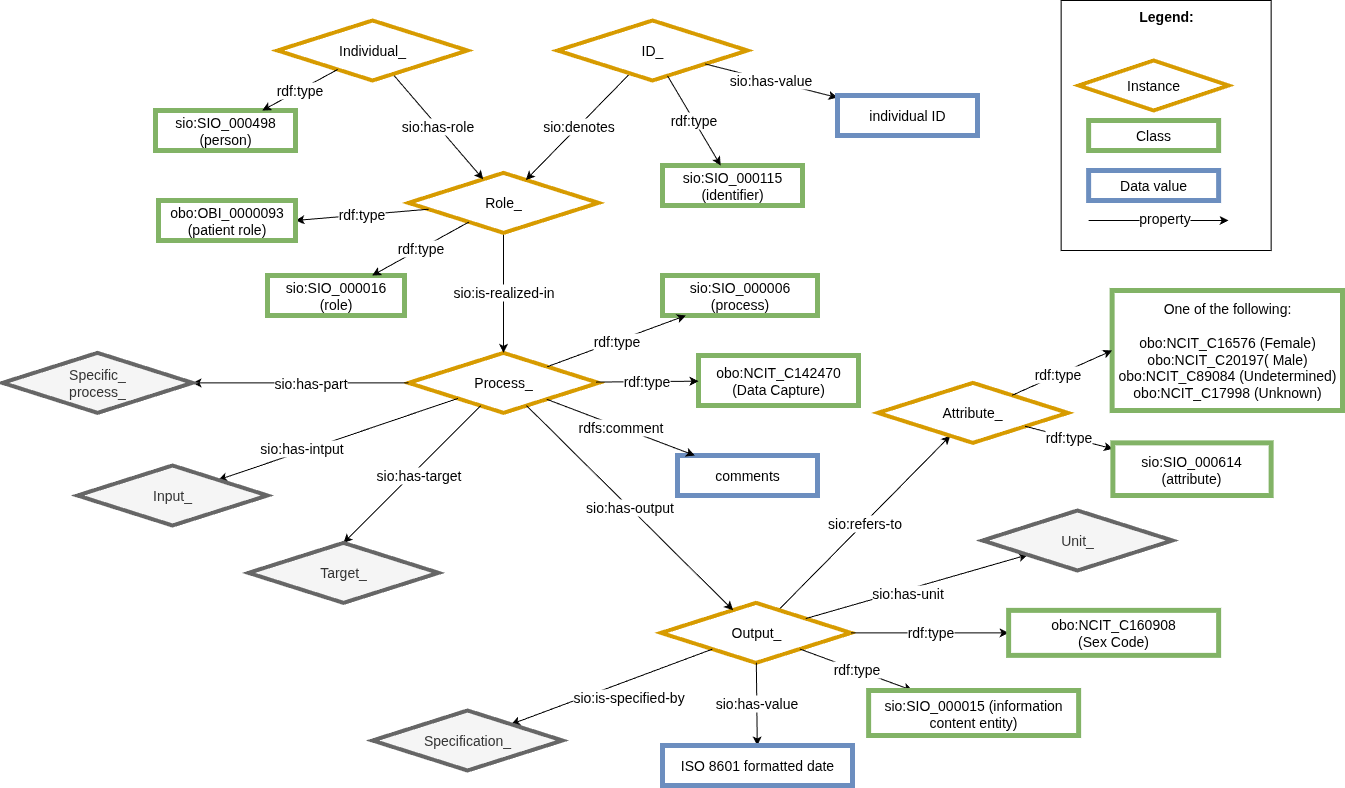
This is images/CARE-SM-Sex.drawio.png from CARE-SM/CARE-Semantic-Model, a draw.io export, as it was before one commit. Source tidied: cells renumbered, new cells last; positions are measured from the earlier drawing's top-left corner, leaving out a move shared by most shapes.
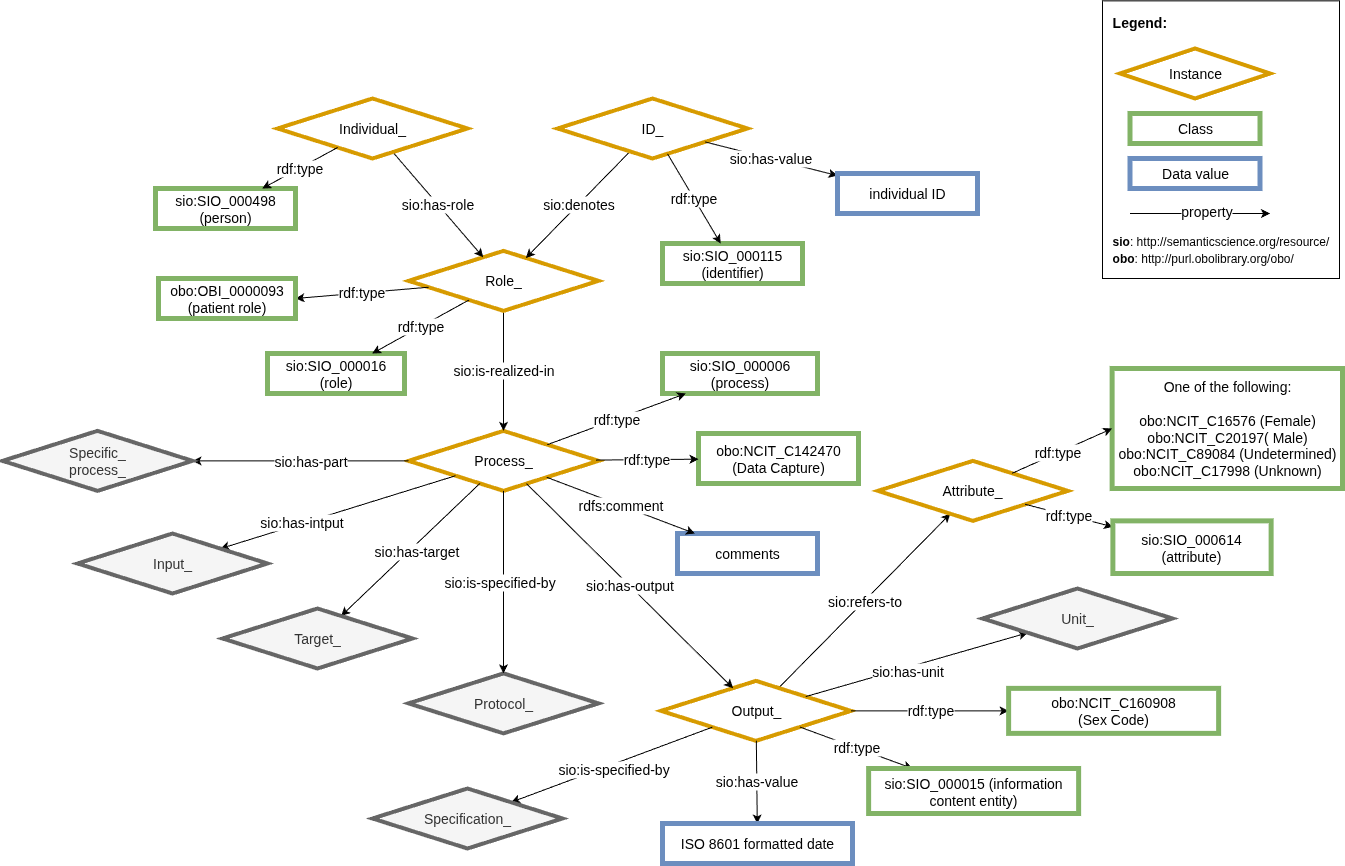
The same diagram one commit later.

Diff of the diagram source:
```diff
@@ -69,14 +69,14 @@
     </mxCell>
     <mxCell id="23" value="sio:is-specified-by" style="edgeLabel;html=1;align=center;verticalAlign=middle;fontSize=14;" parent="22" vertex="1">
       <mxGeometry x="-0.21" y="-1" relative="1" as="geometry">
-        <mxPoint x="-4" y="19" as="offset" />
+        <mxPoint x="-19" y="13" as="offset" />
       </mxGeometry>
     </mxCell>
     <mxCell id="24" value="Specification_" style="rhombus;whiteSpace=wrap;html=1;fillColor=#f5f5f5;strokeColor=#666666;perimeter=rhombusPerimeter;arcSize=20;comic=0;enumerate=0;strokeWidth=4;rounded=0;fontSize=14;fontColor=#333333;" parent="1" vertex="1">
       <mxGeometry x="370" y="710" width="190" height="60" as="geometry" />
     </mxCell>
     <mxCell id="25" value="Input_" style="rhombus;whiteSpace=wrap;html=1;fillColor=#f5f5f5;strokeColor=#666666;perimeter=rhombusPerimeter;arcSize=20;comic=0;enumerate=0;strokeWidth=4;rounded=0;fontSize=14;fontColor=#333333;" parent="1" vertex="1">
-      <mxGeometry x="75" y="465" width="190" height="60" as="geometry" />
+      <mxGeometry x="75" y="455" width="190" height="60" as="geometry" />
     </mxCell>
     <mxCell id="26" style="edgeStyle=none;rounded=0;jettySize=auto;html=1;fontSize=14;" parent="1" edge="1" source="3" target="28">
       <mxGeometry relative="1" as="geometry" />
@@ -89,28 +89,10 @@
     <mxCell id="28" value="Unit_" style="rhombus;whiteSpace=wrap;html=1;fillColor=#f5f5f5;strokeColor=#666666;perimeter=rhombusPerimeter;arcSize=20;comic=0;enumerate=0;strokeWidth=4;rounded=0;fontSize=14;fontColor=#333333;" parent="1" vertex="1">
       <mxGeometry x="980" y="510" width="190" height="60" as="geometry" />
     </mxCell>
-    <mxCell id="29" value="&lt;div style=&quot;text-align: left; font-size: 14px;&quot;&gt;&lt;span style=&quot;background-color: initial; font-size: 14px;&quot;&gt;&lt;b style=&quot;font-size: 14px;&quot;&gt;&lt;font style=&quot;font-size: 14px;&quot;&gt;Legend:&lt;/font&gt;&lt;/b&gt;&lt;/span&gt;&lt;/div&gt;&lt;div style=&quot;text-align: left; font-size: 14px;&quot;&gt;&lt;span style=&quot;background-color: initial; font-size: 14px;&quot;&gt;&lt;br style=&quot;font-size: 14px;&quot;&gt;&lt;/span&gt;&lt;/div&gt;&lt;div style=&quot;text-align: left; font-size: 14px;&quot;&gt;&lt;span style=&quot;background-color: initial; font-size: 14px;&quot;&gt;&lt;br style=&quot;font-size: 14px;&quot;&gt;&lt;/span&gt;&lt;/div&gt;&lt;div style=&quot;text-align: left; font-size: 14px;&quot;&gt;&lt;span style=&quot;background-color: initial; font-size: 14px;&quot;&gt;&lt;br style=&quot;font-size: 14px;&quot;&gt;&lt;/span&gt;&lt;/div&gt;&lt;div style=&quot;text-align: left; font-size: 14px;&quot;&gt;&lt;br style=&quot;font-size: 14px;&quot;&gt;&lt;/div&gt;&lt;div style=&quot;text-align: left; font-size: 14px;&quot;&gt;&lt;br style=&quot;font-size: 14px;&quot;&gt;&lt;/div&gt;&lt;div style=&quot;text-align: left; font-size: 14px;&quot;&gt;&lt;br style=&quot;font-size: 14px;&quot;&gt;&lt;/div&gt;&lt;div style=&quot;text-align: left; font-size: 14px;&quot;&gt;&lt;br style=&quot;font-size: 14px;&quot;&gt;&lt;/div&gt;&lt;div style=&quot;text-align: left; font-size: 14px;&quot;&gt;&lt;br style=&quot;font-size: 14px;&quot;&gt;&lt;/div&gt;&lt;div style=&quot;text-align: left; font-size: 14px;&quot;&gt;&lt;span style=&quot;background-color: initial; font-size: 14px;&quot;&gt;&lt;br style=&quot;font-size: 14px;&quot;&gt;&lt;/span&gt;&lt;/div&gt;&lt;div style=&quot;text-align: left; font-size: 14px;&quot;&gt;&lt;span style=&quot;background-color: initial; font-size: 14px;&quot;&gt;&lt;br style=&quot;font-size: 14px;&quot;&gt;&lt;/span&gt;&lt;/div&gt;&lt;div style=&quot;text-align: left; font-size: 14px;&quot;&gt;&lt;span style=&quot;background-color: initial; font-size: 14px;&quot;&gt;&lt;br style=&quot;font-size: 14px;&quot;&gt;&lt;/span&gt;&lt;/div&gt;&lt;div style=&quot;text-align: left; font-size: 14px;&quot;&gt;&lt;span style=&quot;background-color: initial; font-size: 14px;&quot;&gt;&lt;br style=&quot;font-size: 14px;&quot;&gt;&lt;/span&gt;&lt;/div&gt;&lt;div style=&quot;text-align: left; font-size: 14px;&quot;&gt;&lt;span style=&quot;background-color: initial; font-size: 14px;&quot;&gt;&lt;br style=&quot;font-size: 14px;&quot;&gt;&lt;/span&gt;&lt;/div&gt;" style="rounded=0;whiteSpace=wrap;html=1;fontSize=14;" parent="1" vertex="1">
-      <mxGeometry x="1058.6" width="210" height="250" as="geometry" />
-    </mxCell>
-    <mxCell id="30" value="Class" style="whiteSpace=wrap;html=1;fillColor=#FFFFFF;strokeColor=#82b366;strokeWidth=5;fontSize=14;" parent="1" vertex="1">
-      <mxGeometry x="1086.1" y="120" width="130" height="30" as="geometry" />
-    </mxCell>
-    <mxCell id="31" value="Instance" style="rhombus;whiteSpace=wrap;html=1;fillColor=#FFFFFF;strokeColor=#D79B00;rotation=0;perimeter=rhombusPerimeter;arcSize=20;comic=0;enumerate=0;strokeWidth=4;rounded=0;fontSize=14;" parent="1" vertex="1">
-      <mxGeometry x="1076.1" y="60" width="150" height="50" as="geometry" />
-    </mxCell>
-    <mxCell id="32" value="Data value" style="whiteSpace=wrap;html=1;fillColor=#FFFFFF;strokeColor=#6c8ebf;strokeWidth=5;fontSize=14;" parent="1" vertex="1">
-      <mxGeometry x="1086.1" y="170" width="130" height="30" as="geometry" />
-    </mxCell>
-    <mxCell id="33" value="property" style="rounded=0;orthogonalLoop=1;jettySize=auto;html=1;exitX=1;exitY=1;exitDx=0;exitDy=0;fontSize=14;" parent="1" edge="1">
-      <mxGeometry x="0.09" y="2" relative="1" as="geometry">
-        <mxPoint x="1086.1" y="220" as="sourcePoint" />
-        <mxPoint x="1226.1" y="220" as="targetPoint" />
-      </mxGeometry>
-    </mxCell>
     <mxCell id="34" value="rdf:type" style="edgeStyle=none;rounded=0;jettySize=auto;html=1;fontSize=14;" parent="1" edge="1" source="13" target="19">
       <mxGeometry relative="1" as="geometry" />
     </mxCell>
-    <mxCell id="35" style="edgeStyle=none;rounded=0;jettySize=auto;html=1;entryX=0.5;entryY=0;entryDx=0;entryDy=0;fontSize=14;" parent="1" edge="1" source="4" target="37">
+    <mxCell id="35" style="edgeStyle=none;rounded=0;jettySize=auto;html=1;fontSize=14;" parent="1" edge="1" source="4" target="37">
       <mxGeometry relative="1" as="geometry" />
     </mxCell>
     <mxCell id="36" value="sio:has-target" style="edgeLabel;html=1;align=center;verticalAlign=middle;fontSize=14;" parent="35" vertex="1">
@@ -119,7 +101,7 @@
       </mxGeometry>
     </mxCell>
     <mxCell id="37" value="Target_" style="rhombus;whiteSpace=wrap;html=1;fillColor=#f5f5f5;strokeColor=#666666;perimeter=rhombusPerimeter;arcSize=20;comic=0;enumerate=0;strokeWidth=4;rounded=0;fontSize=14;fontColor=#333333;" parent="1" vertex="1">
-      <mxGeometry x="246" y="542.4" width="190" height="60" as="geometry" />
+      <mxGeometry x="220" y="530" width="190" height="60" as="geometry" />
     </mxCell>
     <mxCell id="38" value="sio:has-output" style="edgeStyle=none;rounded=0;jettySize=auto;html=1;fontSize=14;" parent="1" edge="1" source="4" target="3">
       <mxGeometry relative="1" as="geometry" />
@@ -186,5 +168,34 @@
     <mxCell id="58" value="rdf:type" style="edgeStyle=none;rounded=0;jettySize=auto;html=1;fontSize=14;" parent="1" edge="1" source="4" target="6">
       <mxGeometry relative="1" as="geometry" />
     </mxCell>
+    <mxCell id="59" value="Protocol_" style="rhombus;whiteSpace=wrap;html=1;fillColor=#f5f5f5;strokeColor=#666666;perimeter=rhombusPerimeter;arcSize=20;comic=0;enumerate=0;strokeWidth=4;rounded=0;fontSize=14;fontColor=#333333;" parent="1" vertex="1">
+      <mxGeometry x="406" y="594.9" width="190" height="60" as="geometry" />
+    </mxCell>
+    <mxCell id="60" style="edgeStyle=none;rounded=0;jettySize=auto;html=1;strokeWidth=1;fontSize=14;" parent="1" edge="1" source="4" target="59">
+      <mxGeometry relative="1" as="geometry" />
+    </mxCell>
+    <mxCell id="61" value="sio:is-specified-by" style="edgeLabel;html=1;align=center;verticalAlign=middle;fontSize=14;" parent="60" vertex="1">
+      <mxGeometry x="-0.21" y="-1" relative="1" as="geometry">
+        <mxPoint x="-4" y="19" as="offset" />
+      </mxGeometry>
+    </mxCell>
+    <mxCell id="62" value="&lt;div style=&quot;text-align: left; font-size: 14px;&quot;&gt;&lt;span style=&quot;background-color: initial; font-size: 14px;&quot;&gt;&lt;b style=&quot;font-size: 14px;&quot;&gt;&lt;font style=&quot;font-size: 14px;&quot;&gt;Legend:&lt;/font&gt;&lt;/b&gt;&lt;/span&gt;&lt;/div&gt;&lt;div style=&quot;text-align: left; font-size: 14px;&quot;&gt;&lt;span style=&quot;background-color: initial; font-size: 14px;&quot;&gt;&lt;br style=&quot;font-size: 14px;&quot;&gt;&lt;/span&gt;&lt;/div&gt;&lt;div style=&quot;text-align: left; font-size: 14px;&quot;&gt;&lt;span style=&quot;background-color: initial; font-size: 14px;&quot;&gt;&lt;br style=&quot;font-size: 14px;&quot;&gt;&lt;/span&gt;&lt;/div&gt;&lt;div style=&quot;text-align: left; font-size: 14px;&quot;&gt;&lt;span style=&quot;background-color: initial; font-size: 14px;&quot;&gt;&lt;br style=&quot;font-size: 14px;&quot;&gt;&lt;/span&gt;&lt;/div&gt;&lt;div style=&quot;text-align: left; font-size: 14px;&quot;&gt;&lt;br style=&quot;font-size: 14px;&quot;&gt;&lt;/div&gt;&lt;div style=&quot;text-align: left; font-size: 14px;&quot;&gt;&lt;br style=&quot;font-size: 14px;&quot;&gt;&lt;/div&gt;&lt;div style=&quot;text-align: left; font-size: 14px;&quot;&gt;&lt;br style=&quot;font-size: 14px;&quot;&gt;&lt;/div&gt;&lt;div style=&quot;text-align: left; font-size: 14px;&quot;&gt;&lt;br style=&quot;font-size: 14px;&quot;&gt;&lt;/div&gt;&lt;div style=&quot;text-align: left; font-size: 14px;&quot;&gt;&lt;br style=&quot;font-size: 14px;&quot;&gt;&lt;/div&gt;&lt;div style=&quot;text-align: left; font-size: 14px;&quot;&gt;&lt;span style=&quot;background-color: initial; font-size: 14px;&quot;&gt;&lt;br style=&quot;font-size: 14px;&quot;&gt;&lt;/span&gt;&lt;/div&gt;&lt;div style=&quot;text-align: left; font-size: 14px;&quot;&gt;&lt;span style=&quot;background-color: initial; font-size: 14px;&quot;&gt;&lt;br style=&quot;font-size: 14px;&quot;&gt;&lt;/span&gt;&lt;/div&gt;&lt;div style=&quot;text-align: left; font-size: 14px;&quot;&gt;&lt;span style=&quot;background-color: initial; font-size: 14px;&quot;&gt;&lt;br style=&quot;font-size: 14px;&quot;&gt;&lt;/span&gt;&lt;/div&gt;&lt;div style=&quot;text-align: left; font-size: 14px;&quot;&gt;&lt;span style=&quot;background-color: initial; font-size: 14px;&quot;&gt;&lt;br style=&quot;font-size: 14px;&quot;&gt;&lt;/span&gt;&lt;/div&gt;&lt;div style=&quot;text-align: left; font-size: 14px;&quot;&gt;&lt;b style=&quot;background-color: transparent; color: light-dark(rgb(0, 0, 0), rgb(255, 255, 255)); font-size: 12px; text-align: center;&quot;&gt;sio&lt;/b&gt;&lt;span style=&quot;background-color: transparent; color: light-dark(rgb(0, 0, 0), rgb(255, 255, 255)); font-size: 12px; text-align: center;&quot;&gt;: http://semanticscience.org/resource/&lt;/span&gt;&lt;/div&gt;&lt;div style=&quot;text-align: left;&quot;&gt;&lt;span style=&quot;font-size: 12px; background-color: transparent; color: light-dark(rgb(0, 0, 0), rgb(255, 255, 255)); text-align: center;&quot;&gt;&lt;b&gt;obo&lt;/b&gt;:&amp;nbsp;&lt;/span&gt;&lt;span style=&quot;background-color: transparent; text-align: center; font-size: 12px;&quot;&gt;http://purl.obolibrary.org/obo/&lt;/span&gt;&lt;/div&gt;" style="rounded=0;whiteSpace=wrap;html=1;fontSize=14;" parent="1" vertex="1">
+      <mxGeometry x="1100" y="-77.6" width="237" height="277.6" as="geometry" />
+    </mxCell>
+    <mxCell id="30" value="Class" style="whiteSpace=wrap;html=1;fillColor=#FFFFFF;strokeColor=#82b366;strokeWidth=5;fontSize=14;" parent="1" vertex="1">
+      <mxGeometry x="1127.5" y="35" width="130" height="30" as="geometry" />
+    </mxCell>
+    <mxCell id="31" value="Instance" style="rhombus;whiteSpace=wrap;html=1;fillColor=#FFFFFF;strokeColor=#D79B00;rotation=0;perimeter=rhombusPerimeter;arcSize=20;comic=0;enumerate=0;strokeWidth=4;rounded=0;fontSize=14;" parent="1" vertex="1">
+      <mxGeometry x="1117.5" y="-30" width="150" height="50" as="geometry" />
+    </mxCell>
+    <mxCell id="32" value="Data value" style="whiteSpace=wrap;html=1;fillColor=#FFFFFF;strokeColor=#6c8ebf;strokeWidth=5;fontSize=14;" parent="1" vertex="1">
+      <mxGeometry x="1127.5" y="80" width="130" height="30" as="geometry" />
+    </mxCell>
+    <mxCell id="33" value="property" style="rounded=0;orthogonalLoop=1;jettySize=auto;html=1;exitX=1;exitY=1;exitDx=0;exitDy=0;fontSize=14;" parent="1" edge="1">
+      <mxGeometry x="0.09" y="2" relative="1" as="geometry">
+        <mxPoint x="1127.5" y="135" as="sourcePoint" />
+        <mxPoint x="1267.5" y="135" as="targetPoint" />
+      </mxGeometry>
+    </mxCell>
   </root>
 </mxGraphModel>
```
